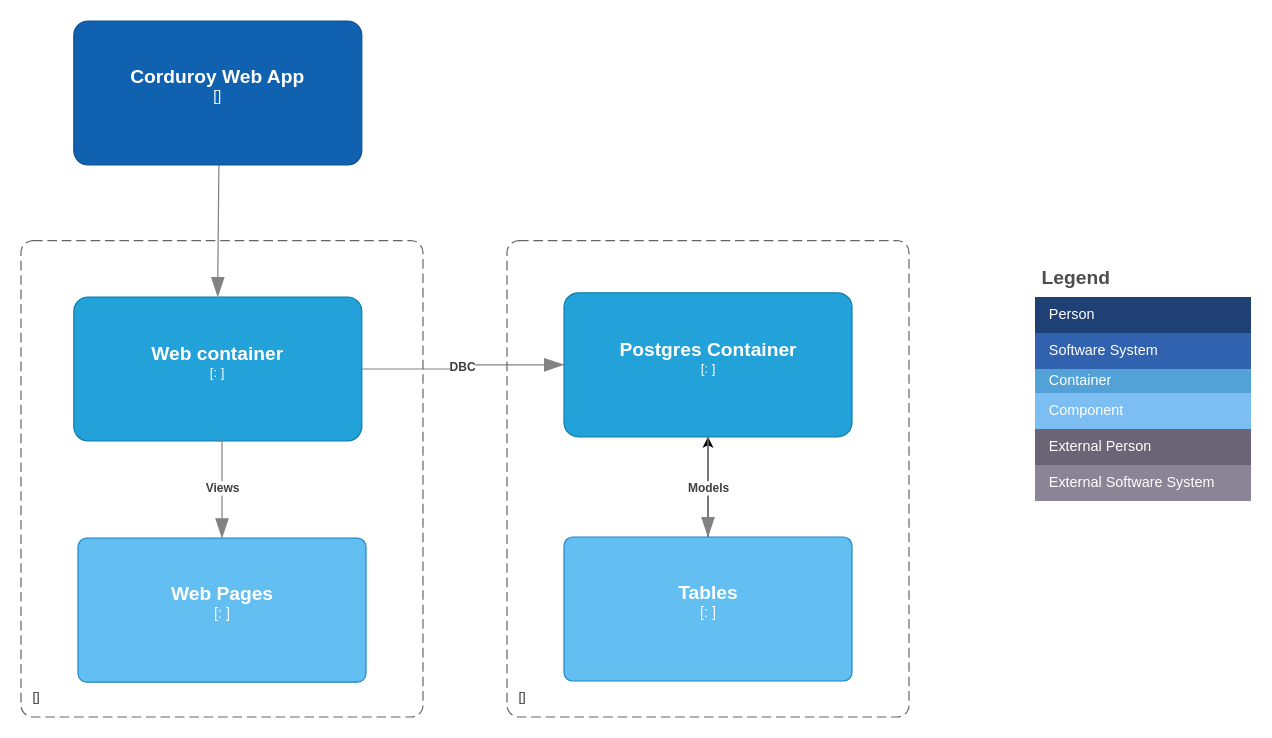
Above: docs/C4/containers-C4.drawio in bartelsjoshuac/Corduroy (draw.io), before the change. Source tidied: cells renumbered, new cells numbered last; positions are measured from the earlier drawing's top-left corner, leaving out a move shared by most shapes. Both pictures are drawn from the tidied source at 120%, with x=0, y=0 at pixel (20, 20).
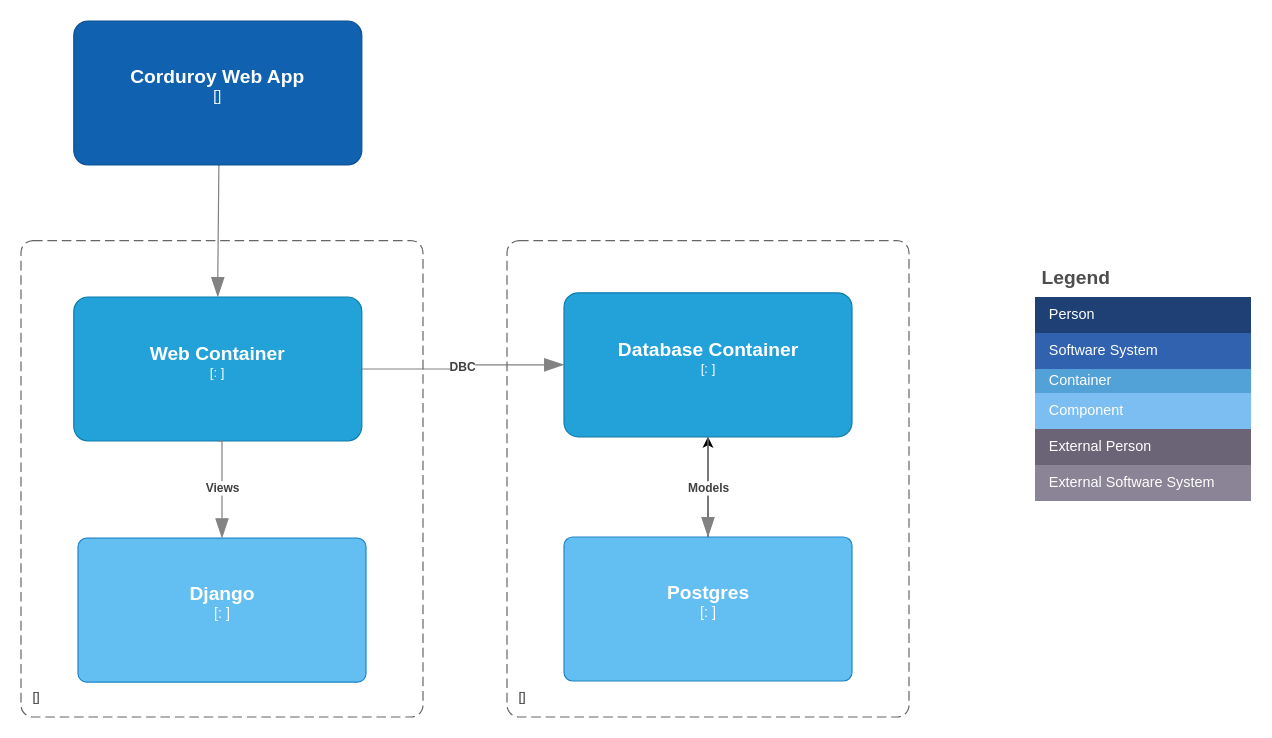
The same page after the edit.

Change to the diagram source:
```diff
@@
-    <object id="15" label="&lt;font style=&quot;font-size: 16px&quot;&gt;&lt;b&gt;%c4Name%&lt;/b&gt;&lt;/font&gt;&lt;div&gt;[%c4Type%: %c4Technology%]&lt;/div&gt;&lt;br&gt;&lt;div&gt;&lt;font style=&quot;font-size: 11px&quot;&gt;&lt;font color=&quot;#E6E6E6&quot;&gt;%c4Description%&lt;/font&gt;&lt;/div&gt;" c4Description="" c4Name="Web container" c4Technology="" c4Type="" placeholders="1">
+    <object id="15" label="&lt;font style=&quot;font-size: 16px&quot;&gt;&lt;b&gt;%c4Name%&lt;/b&gt;&lt;/font&gt;&lt;div&gt;[%c4Type%: %c4Technology%]&lt;/div&gt;&lt;br&gt;&lt;div&gt;&lt;font style=&quot;font-size: 11px&quot;&gt;&lt;font color=&quot;#E6E6E6&quot;&gt;%c4Description%&lt;/font&gt;&lt;/div&gt;" c4Description="" c4Name="Web Container" c4Technology="" c4Type="" placeholders="1">
       <mxCell style="rounded=1;whiteSpace=wrap;html=1;fontSize=11;labelBackgroundColor=none;fillColor=#23A2D9;fontColor=#ffffff;align=center;arcSize=10;strokeColor=#0E7DAD;points=[[0.25,0,0],[0.5,0,0],[0.75,0,0],[1,0.25,0],[1,0.5,0],[1,0.75,0],[0.75,1,0],[0.5,1,0],[0.25,1,0],[0,0.75,0],[0,0.5,0],[0,0.25,0]];" parent="1" vertex="1">
         <mxGeometry x="44" y="230" width="240" height="120" as="geometry" />
       </mxCell>
     </object>
@@
-    <object id="19" label="&lt;font style=&quot;font-size: 16px&quot;&gt;&lt;b&gt;%c4Name%&lt;/b&gt;&lt;/font&gt;&lt;div&gt;[%c4Type%: %c4Technology%]&lt;/div&gt;&lt;br&gt;&lt;div&gt;&lt;font style=&quot;font-size: 11px&quot;&gt;&lt;font color=&quot;#E6E6E6&quot;&gt;%c4Description%&lt;/font&gt;&lt;/div&gt;" c4Description="" c4Name="Postgres Container" c4Technology="" c4Type="" placeholders="1">
+    <object id="19" label="&lt;font style=&quot;font-size: 16px&quot;&gt;&lt;b&gt;%c4Name%&lt;/b&gt;&lt;/font&gt;&lt;div&gt;[%c4Type%: %c4Technology%]&lt;/div&gt;&lt;br&gt;&lt;div&gt;&lt;font style=&quot;font-size: 11px&quot;&gt;&lt;font color=&quot;#E6E6E6&quot;&gt;%c4Description%&lt;/font&gt;&lt;/div&gt;" c4Description="" c4Name="Database Container" c4Technology="" c4Type="" placeholders="1">
       <mxCell style="rounded=1;whiteSpace=wrap;html=1;fontSize=11;labelBackgroundColor=none;fillColor=#23A2D9;fontColor=#ffffff;align=center;arcSize=10;strokeColor=#0E7DAD;points=[[0.25,0,0],[0.5,0,0],[0.75,0,0],[1,0.25,0],[1,0.5,0],[1,0.75,0],[0.75,1,0],[0.5,1,0],[0.25,1,0],[0,0.75,0],[0,0.5,0],[0,0.25,0]];" parent="1" vertex="1">
         <mxGeometry x="452.5" y="226.5" width="240" height="120" as="geometry" />
       </mxCell>
     </object>
@@
-    <object id="21" label="&lt;font style=&quot;font-size: 16px&quot;&gt;&lt;b&gt;%c4Name%&lt;/b&gt;&lt;/font&gt;&lt;div&gt;[%c4Type%: %c4Technology%]&lt;/div&gt;&lt;br&gt;&lt;div&gt;&lt;font style=&quot;font-size: 11px&quot;&gt;%c4Description%&lt;/font&gt;&lt;/div&gt;" c4Description="" c4Name="Tables" c4Technology="" c4Type="" placeholders="1">
+    <object id="21" label="&lt;font style=&quot;font-size: 16px&quot;&gt;&lt;b&gt;%c4Name%&lt;/b&gt;&lt;/font&gt;&lt;div&gt;[%c4Type%: %c4Technology%]&lt;/div&gt;&lt;br&gt;&lt;div&gt;&lt;font style=&quot;font-size: 11px&quot;&gt;%c4Description%&lt;/font&gt;&lt;/div&gt;" c4Description="" c4Name="Postgres" c4Technology="" c4Type="" placeholders="1">
       <mxCell style="rounded=1;whiteSpace=wrap;html=1;labelBackgroundColor=none;fillColor=#63BEF2;fontColor=#ffffff;align=center;arcSize=6;strokeColor=#2086C9;points=[[0.25,0,0],[0.5,0,0],[0.75,0,0],[1,0.25,0],[1,0.5,0],[1,0.75,0],[0.75,1,0],[0.5,1,0],[0.25,1,0],[0,0.75,0],[0,0.5,0],[0,0.25,0]];" parent="1" vertex="1">
         <mxGeometry x="452.5" y="430" width="240" height="120" as="geometry" />
       </mxCell>
     </object>
@@
-    <object id="23" label="&lt;font style=&quot;font-size: 16px&quot;&gt;&lt;b&gt;%c4Name%&lt;/b&gt;&lt;/font&gt;&lt;div&gt;[%c4Type%: %c4Technology%]&lt;/div&gt;&lt;br&gt;&lt;div&gt;&lt;font style=&quot;font-size: 11px&quot;&gt;%c4Description%&lt;/font&gt;&lt;/div&gt;" c4Description="" c4Name="Web Pages" c4Technology="" c4Type="" placeholders="1">
+    <object id="23" label="&lt;font style=&quot;font-size: 16px&quot;&gt;&lt;b&gt;%c4Name%&lt;/b&gt;&lt;/font&gt;&lt;div&gt;[%c4Type%: %c4Technology%]&lt;/div&gt;&lt;br&gt;&lt;div&gt;&lt;font style=&quot;font-size: 11px&quot;&gt;%c4Description%&lt;/font&gt;&lt;/div&gt;" c4Description="" c4Name="Django" c4Technology="" c4Type="" placeholders="1">
       <mxCell style="rounded=1;whiteSpace=wrap;html=1;labelBackgroundColor=none;fillColor=#63BEF2;fontColor=#ffffff;align=center;arcSize=6;strokeColor=#2086C9;points=[[0.25,0,0],[0.5,0,0],[0.75,0,0],[1,0.25,0],[1,0.5,0],[1,0.75,0],[0.75,1,0],[0.5,1,0],[0.25,1,0],[0,0.75,0],[0,0.5,0],[0,0.25,0]];" parent="1" vertex="1">
         <mxGeometry x="47.5" y="431" width="240" height="120" as="geometry" />
       </mxCell>
     </object>
```
